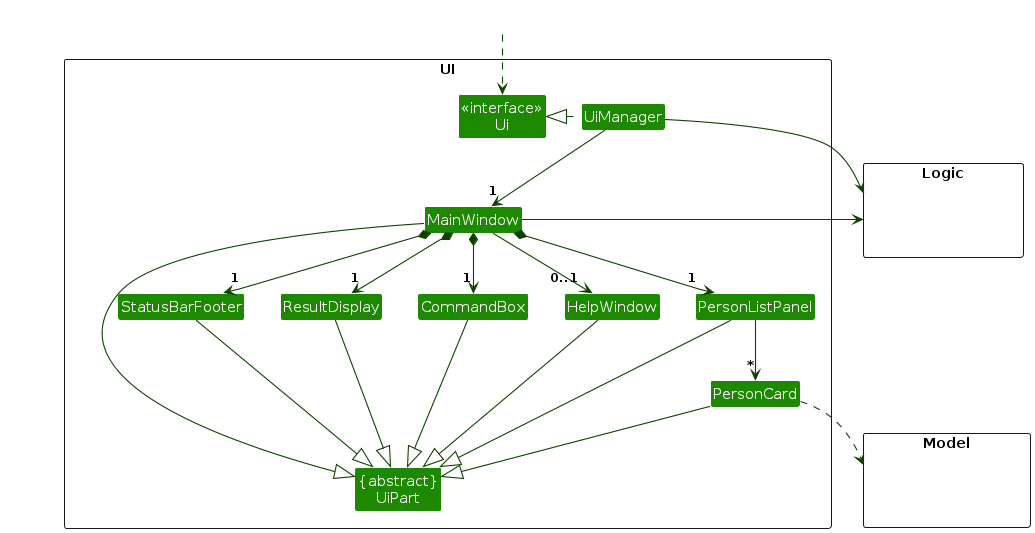
Before: diagrams/UiClassDiagram.png, a diagram exported from PlantUML (AY2627S1-CS2103T-F09-3/tp). Its source is kept beside it as diagrams/UiClassDiagram.puml. The source it was exported from:
```plantuml
@startuml
!include style.puml
skinparam arrowThickness 1.1
skinparam arrowColor UI_COLOR_T4
skinparam classBackgroundColor UI_COLOR

package UI <<Rectangle>>{
Class "<<interface>>\nUi" as Ui
Class "{abstract}\nUiPart" as UiPart
Class UiManager
Class MainWindow
Class HelpWindow
Class ResultDisplay
Class PersonListPanel
Class PersonCard
Class StatusBarFooter
Class CommandBox
}

package Model <<Rectangle>> {
Class HiddenModel #FFFFFF
}

package Logic <<Rectangle>> {
Class HiddenLogic #FFFFFF
}

Class HiddenOutside #FFFFFF
HiddenOutside ..> Ui

UiManager .left.|> Ui
UiManager -down-> "1" MainWindow
MainWindow *-down->  "1" CommandBox
MainWindow *-down-> "1" ResultDisplay
MainWindow *-down-> "1" PersonListPanel
MainWindow *-down-> "1" StatusBarFooter
MainWindow --> "0..1" HelpWindow

PersonListPanel -down-> "*" PersonCard

MainWindow -left-|> UiPart

ResultDisplay --|> UiPart
CommandBox --|> UiPart
PersonListPanel --|> UiPart
PersonCard --|> UiPart
StatusBarFooter --|> UiPart
HelpWindow --|> UiPart

PersonCard ..> Model
UiManager -right-> Logic
MainWindow -left-> Logic

PersonListPanel -[hidden]left- HelpWindow
HelpWindow -[hidden]left- CommandBox
CommandBox -[hidden]left- ResultDisplay
ResultDisplay -[hidden]left- StatusBarFooter

MainWindow -[hidden]-|> UiPart
@enduml
```
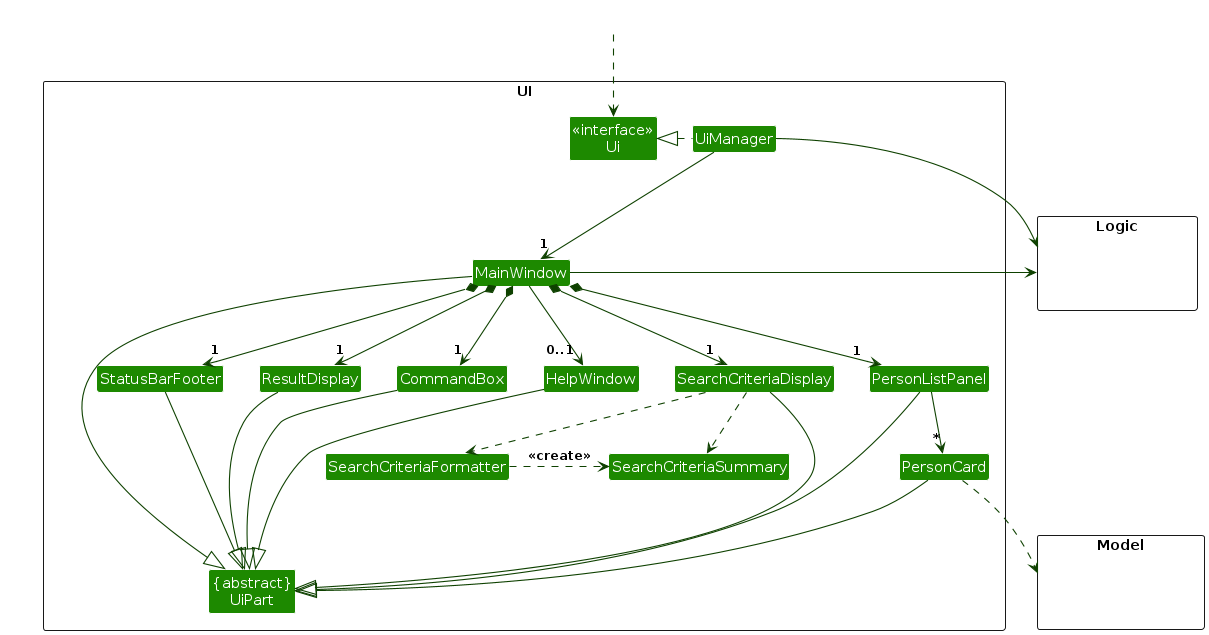
The same diagram one commit later.

What changed in the source:
```diff
@@ -15,6 +15,9 @@
 Class PersonCard
 Class StatusBarFooter
 Class CommandBox
+Class SearchCriteriaDisplay
+Class SearchCriteriaFormatter
+Class SearchCriteriaSummary
 }
 
 package Model <<Rectangle>> {
@@ -34,6 +37,7 @@
 MainWindow *-down-> "1" ResultDisplay
 MainWindow *-down-> "1" PersonListPanel
 MainWindow *-down-> "1" StatusBarFooter
+MainWindow *-down-> "1" SearchCriteriaDisplay
 MainWindow --> "0..1" HelpWindow
 
 PersonListPanel -down-> "*" PersonCard
@@ -46,12 +50,18 @@
 PersonCard --|> UiPart
 StatusBarFooter --|> UiPart
 HelpWindow --|> UiPart
+SearchCriteriaDisplay --|> UiPart
+
+SearchCriteriaDisplay .down.> SearchCriteriaFormatter
+SearchCriteriaDisplay ..> SearchCriteriaSummary
+SearchCriteriaFormatter .right.> SearchCriteriaSummary : <<create>>
 
 PersonCard ..> Model
 UiManager -right-> Logic
 MainWindow -left-> Logic
 
-PersonListPanel -[hidden]left- HelpWindow
+PersonListPanel -[hidden]left- SearchCriteriaDisplay
+SearchCriteriaDisplay -[hidden]left- HelpWindow
 HelpWindow -[hidden]left- CommandBox
 CommandBox -[hidden]left- ResultDisplay
 ResultDisplay -[hidden]left- StatusBarFooter
```
